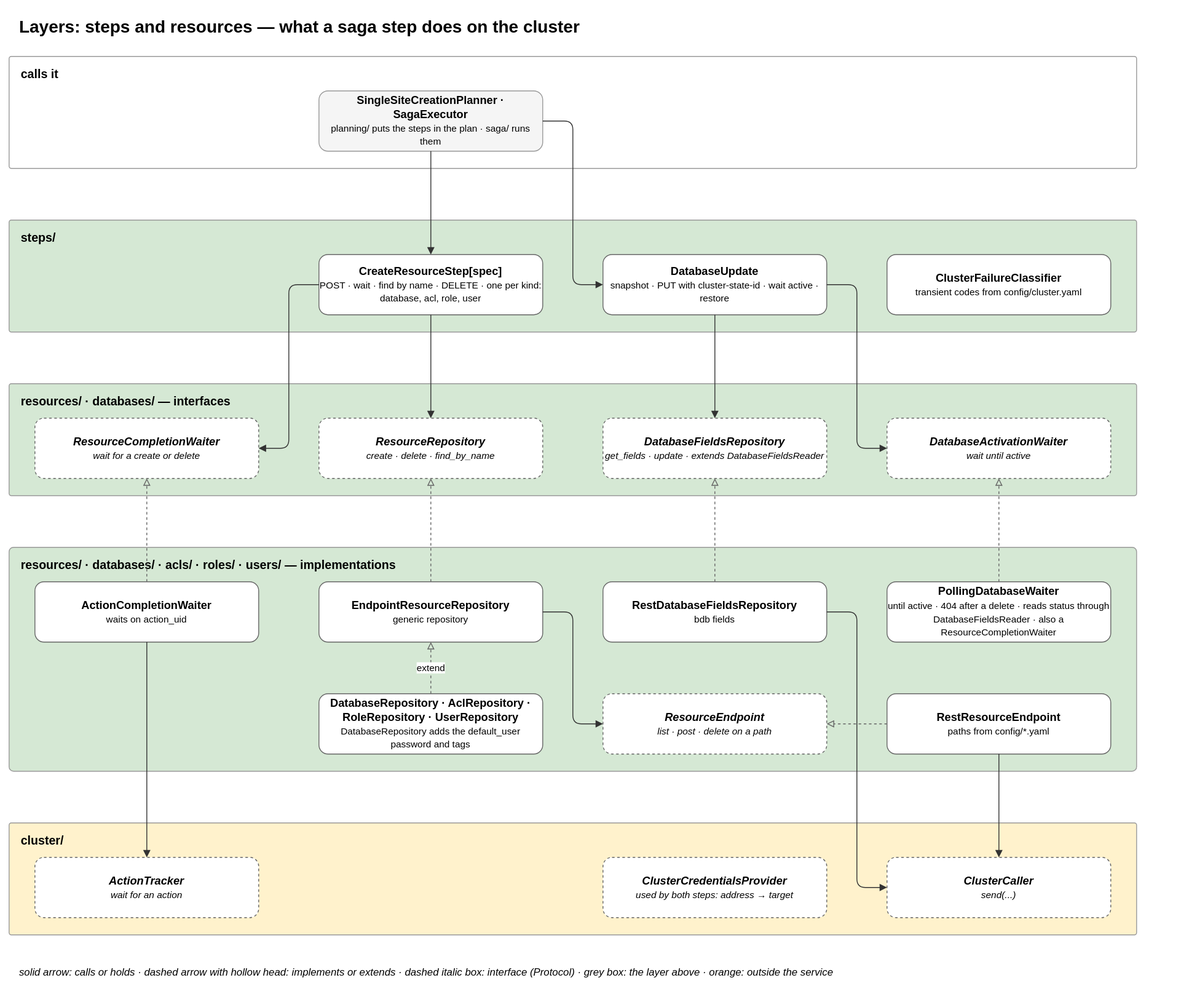
The draw.io diagram docs/diagrams/07-layer-steps-resources.drawio.svg in EliShteinman/redis-enterprise-services, before a commit. Source tidied: cells renumbered, new cells last; positions are measured from the earlier drawing's top-left corner, leaving out a move shared by most shapes.
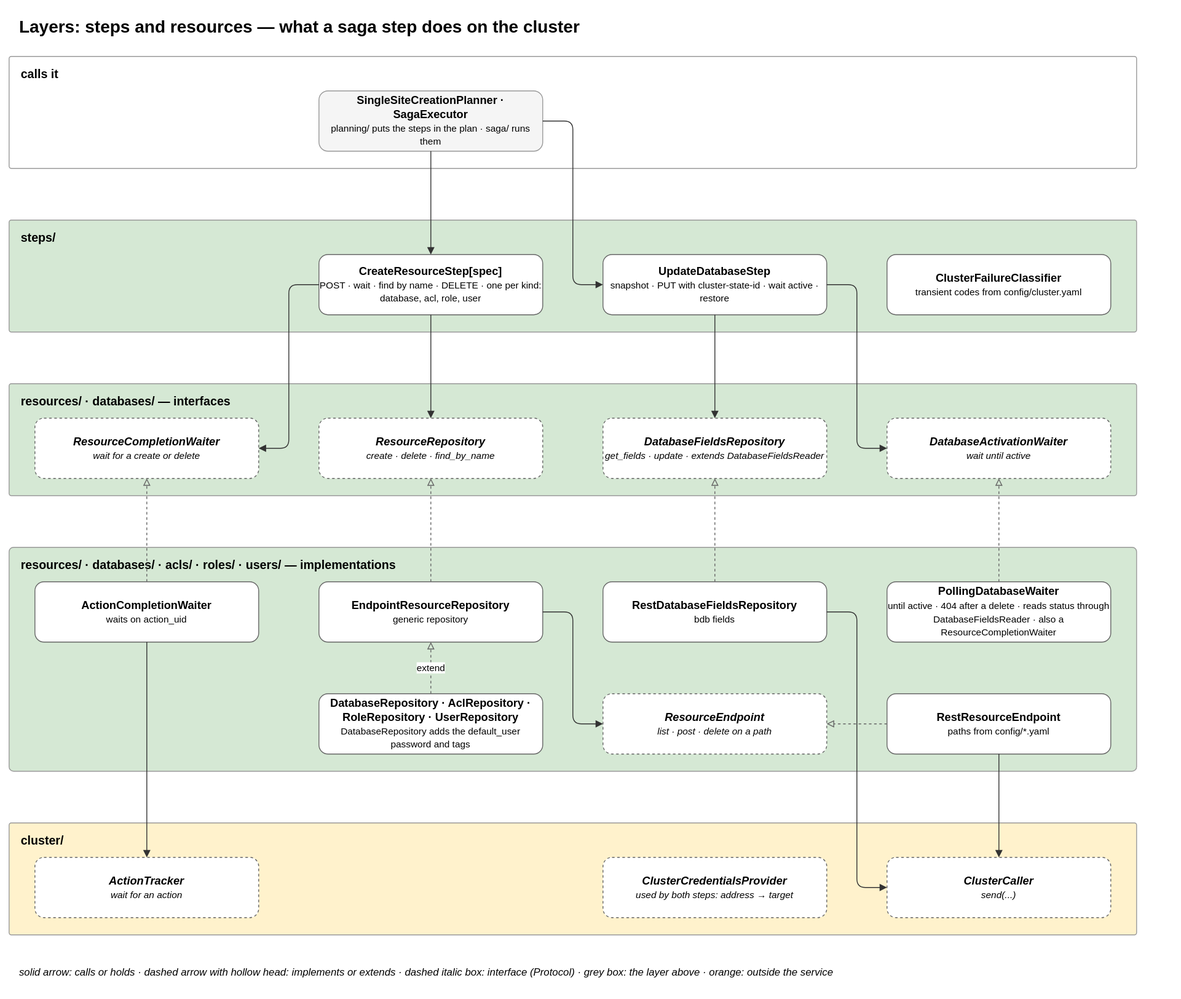
Later version of the same file.

What changed in the source:
```diff
@@ -17,7 +17,7 @@
     <mxCell id="6" value="&lt;b&gt;CreateResourceStep[spec]&lt;/b&gt;&lt;br&gt;&lt;font style='font-size:11px'&gt;POST · wait · find by name · DELETE · one per kind: database, acl, role, user&lt;/font&gt;" style="rounded=1;whiteSpace=wrap;html=1;fillColor=#ffffff;strokeColor=#666666;fontSize=13;" parent="1" vertex="1">
       <mxGeometry x="360" y="285" width="260" height="70" as="geometry" />
     </mxCell>
-    <mxCell id="7" value="&lt;b&gt;DatabaseUpdate&lt;/b&gt;&lt;br&gt;&lt;font style='font-size:11px'&gt;snapshot · PUT with cluster-state-id · wait active · restore&lt;/font&gt;" style="rounded=1;whiteSpace=wrap;html=1;fillColor=#ffffff;strokeColor=#666666;fontSize=13;" parent="1" vertex="1">
+    <mxCell id="7" value="&lt;b&gt;UpdateDatabaseStep&lt;/b&gt;&lt;br&gt;&lt;font style='font-size:11px'&gt;snapshot · PUT with cluster-state-id · wait active · restore&lt;/font&gt;" style="rounded=1;whiteSpace=wrap;html=1;fillColor=#ffffff;strokeColor=#666666;fontSize=13;" parent="1" vertex="1">
       <mxGeometry x="690" y="285" width="260" height="70" as="geometry" />
     </mxCell>
     <mxCell id="8" value="&lt;b&gt;ClusterFailureClassifier&lt;/b&gt;&lt;br&gt;&lt;font style='font-size:11px'&gt;transient codes from config/cluster.yaml&lt;/font&gt;" style="rounded=1;whiteSpace=wrap;html=1;fillColor=#ffffff;strokeColor=#666666;fontSize=13;" parent="1" vertex="1">
```
